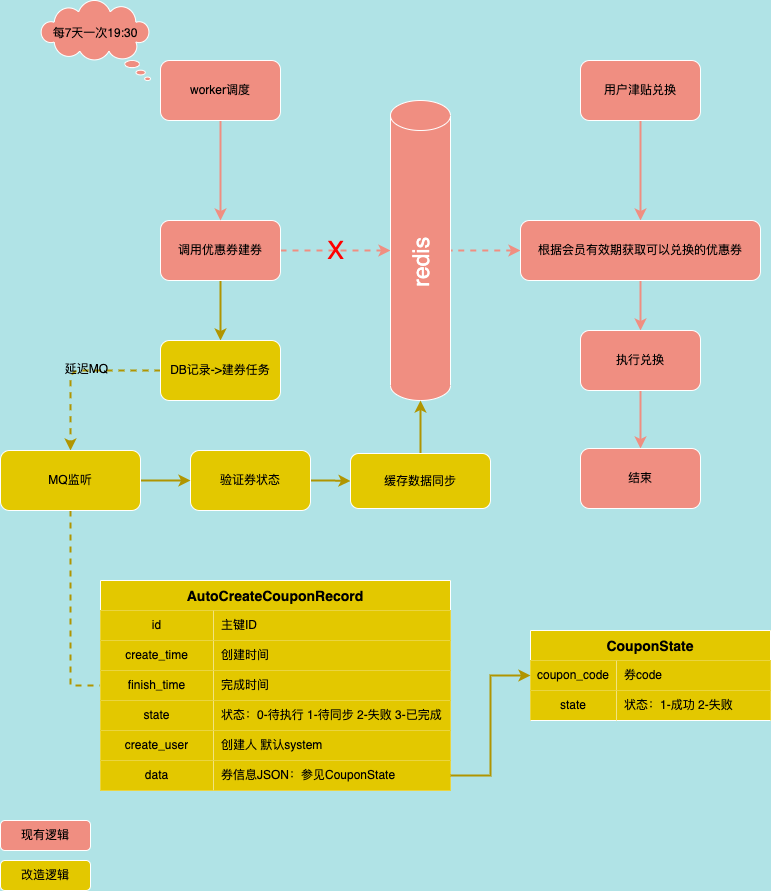
Earlier version of the draw.io export 自动建券.png (845642761/diagram). Source tidied: cells renumbered, new cells last; positions are measured from the earlier drawing's top-left corner, leaving out a move shared by most shapes.
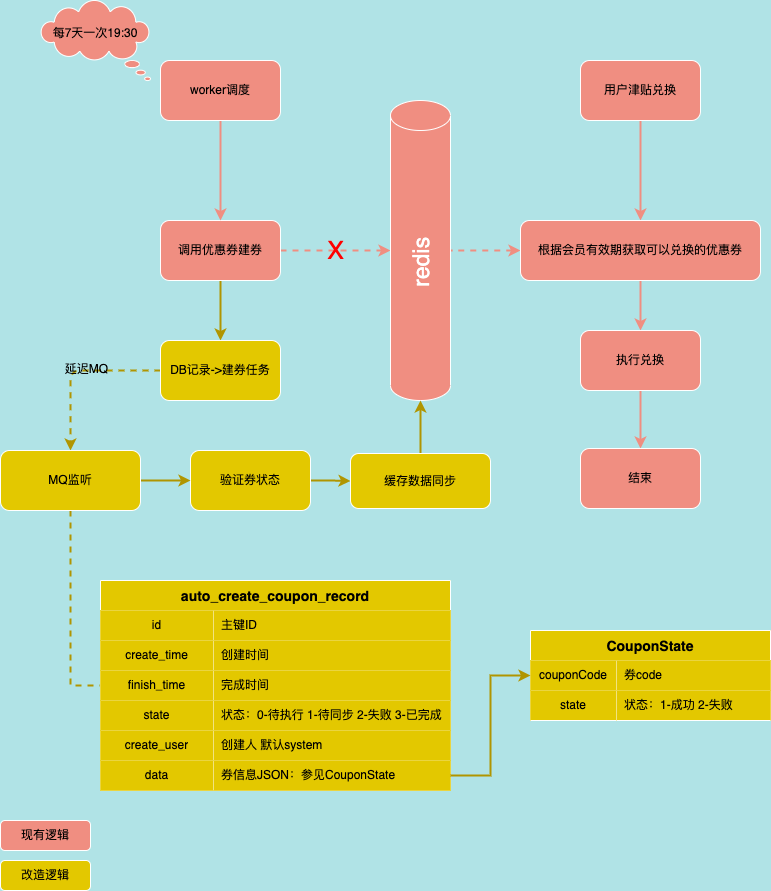
Later version of the same file.

Commit message:
更新自动建券.png

The edit, as a diff of the source:
```diff
@@ -83,7 +83,7 @@
     <mxCell id="28" value="MQ监听" style="whiteSpace=wrap;html=1;fillColor=#e3c800;strokeColor=#FFFFFF;rounded=1;sketch=0;fontColor=#000000;" parent="1" vertex="1">
       <mxGeometry y="450" width="140" height="60" as="geometry" />
     </mxCell>
-    <mxCell id="29" value="AutoCreateCouponRecord" style="shape=table;startSize=30;rowLines=0;fontStyle=1;fontSize=14;fillColor=#e3c800;strokeColor=#FFFFFF;fontColor=#000000;separatorColor=#FFFFFF;" parent="1" vertex="1">
+    <mxCell id="29" value="auto_create_coupon_record" style="shape=table;startSize=30;rowLines=0;fontStyle=1;fontSize=14;fillColor=#e3c800;strokeColor=#FFFFFF;fontColor=#000000;separatorColor=#FFFFFF;" parent="1" vertex="1">
       <mxGeometry x="100" y="580" width="350" height="210" as="geometry" />
     </mxCell>
     <mxCell id="30" style="shape=tableRow;horizontal=0;startSize=0;swimlaneHead=0;swimlaneBody=0;top=0;left=0;bottom=0;right=0;fillColor=#e3c800;fontSize=25;strokeColor=#B09500;fontColor=#000000;" parent="29" vertex="1">
@@ -146,7 +146,7 @@
     <mxCell id="49" style="shape=tableRow;horizontal=0;startSize=0;swimlaneHead=0;swimlaneBody=0;top=0;left=0;bottom=0;right=0;fillColor=#e3c800;points=[[0,0.5],[1,0.5]];portConstraint=eastwest;fontSize=25;strokeColor=#B09500;fontColor=#000000;" parent="48" vertex="1">
       <mxGeometry y="30" width="240" height="30" as="geometry" />
     </mxCell>
-    <mxCell id="50" value="coupon_code" style="shape=partialRectangle;html=1;whiteSpace=wrap;fillColor=#e3c800;top=0;left=0;bottom=1;right=1;overflow=hidden;fontSize=12;strokeColor=#FFFFFF;fontColor=#000000;" parent="49" vertex="1">
+    <mxCell id="50" value="couponCode" style="shape=partialRectangle;html=1;whiteSpace=wrap;fillColor=#e3c800;top=0;left=0;bottom=1;right=1;overflow=hidden;fontSize=12;strokeColor=#FFFFFF;fontColor=#000000;" parent="49" vertex="1">
       <mxGeometry width="86" height="30" as="geometry" />
     </mxCell>
     <mxCell id="51" value="券code" style="shape=partialRectangle;html=1;whiteSpace=wrap;fillColor=#e3c800;top=0;left=0;bottom=1;right=0;align=left;spacingLeft=6;overflow=hidden;fontSize=12;strokeColor=#FFFFFF;fontColor=#000000;" parent="49" vertex="1">
```
